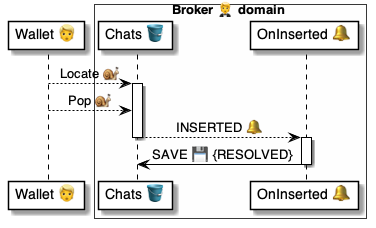
The PlantUML diagram 4 ⚙️ Solution/20 🧑‍🦰 UI/Brokers 🤵/🤵🪣 Broker tables/Chats 💬 table/🪣🔔 1 Inserted/🤵 OnChatInserted ⚙️ uml.png in pollyweb-org/pollyweb-docs, before a commit. Its source is kept beside it as 4 ⚙️ Solution/20 🧑‍🦰 UI/Brokers 🤵/🤵🪣 Broker tables/Chats 💬 table/🪣🔔 1 Inserted/🤵 OnChatInserted ⚙️ uml.puml.
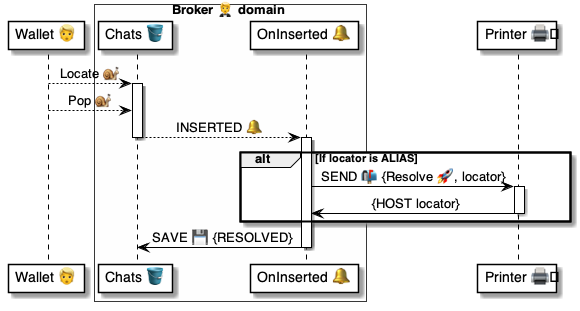
The same diagram one commit later.

Diff of the diagram source:
```diff
@@ -7,6 +7,7 @@
     participant "OnInserted 🔔" as handler
 end box
 
+participant "Printer 🖨️" as printer
 
 
 wallet --> table: Locate 🐌
@@ -16,6 +17,16 @@
 deactivate table
 
 activate handler
+
+    alt If locator is ALIAS
+        handler -> printer: SEND 📬 {Resolve 🚀, locator}
+
+        activate printer
+            printer -> handler: {HOST locator}
+        deactivate printer
+
+    end
+
     handler -> table: SAVE 💾 {RESOLVED}
 deactivate handler
 
```
